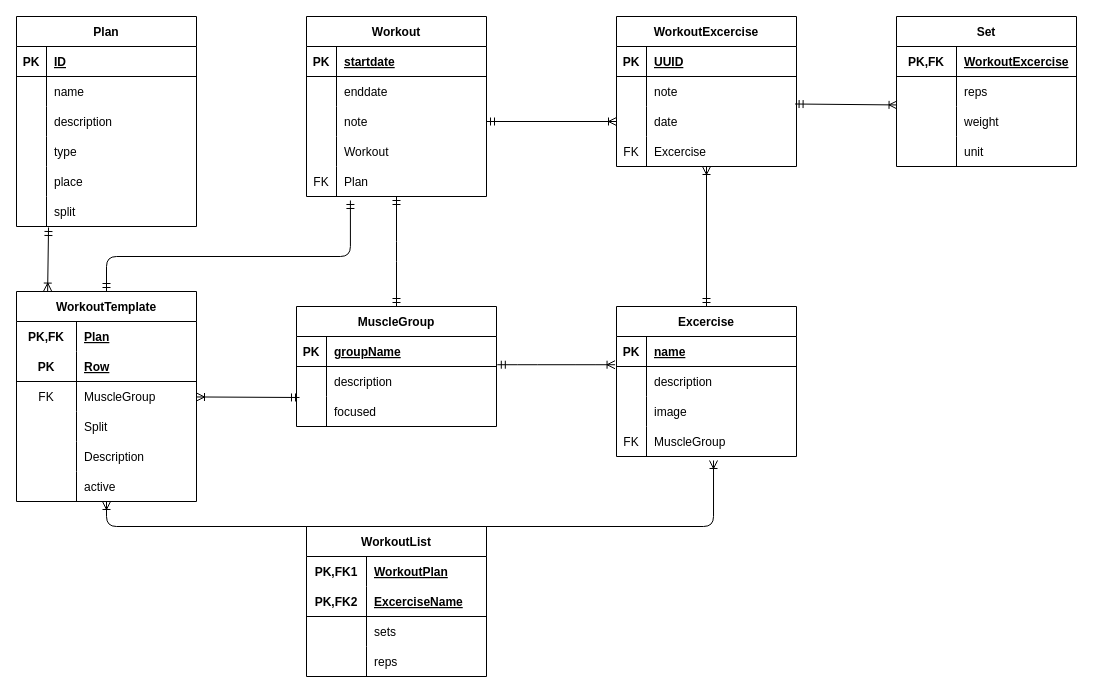
Earlier version of the draw.io diagram documentation/erm.drawio (Patsch36/SweatFlix). Source tidied: cells renumbered, new cells numbered last; positions are measured from the earlier drawing's top-left corner, leaving out a move shared by most shapes. Both pictures are drawn from the tidied source at 100%, with x=0, y=0 at pixel (16, 16).
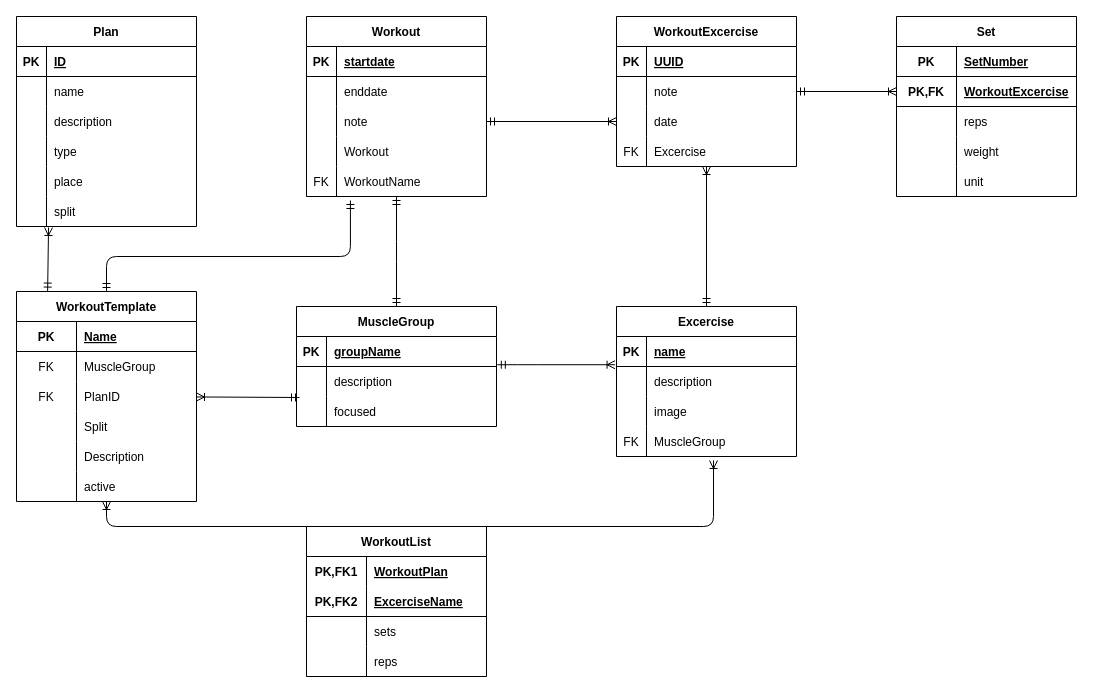
The same diagram, later.

Unchanged cells that the change refers to:
```xml
<mxCell id="20" style="shape=tableRow;horizontal=0;startSize=0;swimlaneHead=0;swimlaneBody=0;fillColor=none;points=[[0,0.5],[1,0.5]];portConstraint=eastwest;top=0;left=0;right=0;bottom=0;" parent="4" vertex="1">
  <mxGeometry y="180" width="180" height="30" as="geometry" />
</mxCell>
<mxCell id="36" style="shape=tableRow;horizontal=0;startSize=0;swimlaneHead=0;swimlaneBody=0;fillColor=none;points=[[0,0.5],[1,0.5]];portConstraint=eastwest;top=0;left=0;right=0;bottom=0;" parent="23" vertex="1">
  <mxGeometry y="150" width="180" height="30" as="geometry" />
</mxCell>
<mxCell id="70" style="shape=tableRow;horizontal=0;startSize=0;swimlaneHead=0;swimlaneBody=0;fillColor=none;points=[[0,0.5],[1,0.5]];portConstraint=eastwest;top=0;left=0;right=0;bottom=0;" parent="66" vertex="1">
  <mxGeometry y="60" width="180" height="30" as="geometry" />
</mxCell>
<mxCell id="97" value="WorkoutTemplate" style="shape=table;startSize=30;childLayout=tableLayout;rowLines=0;fontStyle=1;align=center;" parent="1" vertex="1">
  <mxGeometry y="275" width="180" height="210" as="geometry" />
</mxCell>
```

The edit, as a diff of the source:
```diff
@@
-    <mxCell id="38" value="Plan" style="shape=partialRectangle;fillColor=none;top=0;left=0;bottom=0;right=0;align=left;spacingLeft=6;overflow=hidden;" parent="36" vertex="1">
+    <mxCell id="38" value="WorkoutName" style="shape=partialRectangle;fillColor=none;top=0;left=0;bottom=0;right=0;align=left;spacingLeft=6;overflow=hidden;" parent="36" vertex="1">
       <mxGeometry x="30" width="150" height="30" as="geometry" />
     </mxCell>
-    <mxCell id="39" style="fontSize=12;html=1;endArrow=ERoneToMany;exitX=0.178;exitY=1.033;exitDx=0;exitDy=0;startArrow=ERmandOne;startFill=0;exitPerimeter=0;entryX=0.173;entryY=-0.002;entryDx=0;entryDy=0;entryPerimeter=0;" parent="1" edge="1" source="20" target="97">
+    <mxCell id="39" style="fontSize=12;html=1;endArrow=ERmandOne;exitX=0.178;exitY=1.033;exitDx=0;exitDy=0;startArrow=ERoneToMany;startFill=0;exitPerimeter=0;entryX=0.173;entryY=-0.002;entryDx=0;entryDy=0;entryPerimeter=0;endFill=0;" parent="1" edge="1" source="20" target="97">
       <mxGeometry relative="1" as="geometry" />
     </mxCell>
@@
     <mxCell id="80" value="Set" style="shape=table;startSize=30;childLayout=tableLayout;rowLines=0;fontStyle=1;align=center;" parent="1" vertex="1">
-      <mxGeometry x="880" width="180" height="150" as="geometry" />
+      <mxGeometry x="880" width="180" height="180" as="geometry" />
     </mxCell>
+    <mxCell id="129" style="shape=tableRow;horizontal=0;startSize=0;swimlaneHead=0;swimlaneBody=0;fillColor=none;top=0;left=0;right=0;bottom=1;" parent="80" vertex="1">
+      <mxGeometry y="30" width="180" height="30" as="geometry" />
+    </mxCell>
+    <mxCell id="130" value="PK" style="shape=partialRectangle;fillColor=none;top=0;left=0;bottom=0;right=0;fontStyle=1;overflow=hidden;" parent="129" vertex="1">
+      <mxGeometry width="60" height="30" as="geometry" />
+    </mxCell>
+    <mxCell id="131" value="SetNumber" style="shape=partialRectangle;fillColor=none;top=0;left=0;bottom=0;right=0;align=left;spacingLeft=6;fontStyle=5;overflow=hidden;" parent="129" vertex="1">
+      <mxGeometry x="60" width="120" height="30" as="geometry" />
+    </mxCell>
     <mxCell id="81" style="shape=tableRow;horizontal=0;startSize=0;swimlaneHead=0;swimlaneBody=0;fillColor=none;points=[[0,0.5],[1,0.5]];portConstraint=eastwest;top=0;left=0;right=0;bottom=1;" parent="80" vertex="1">
-      <mxGeometry y="30" width="180" height="30" as="geometry" />
+      <mxGeometry y="60" width="180" height="30" as="geometry" />
     </mxCell>
@@
     <mxCell id="84" style="shape=tableRow;horizontal=0;startSize=0;swimlaneHead=0;swimlaneBody=0;fillColor=none;top=0;left=0;right=0;bottom=0;" parent="80" vertex="1">
-      <mxGeometry y="60" width="180" height="30" as="geometry" />
+      <mxGeometry y="90" width="180" height="30" as="geometry" />
     </mxCell>
@@
     <mxCell id="87" style="shape=tableRow;horizontal=0;startSize=0;swimlaneHead=0;swimlaneBody=0;fillColor=none;points=[[0,0.5],[1,0.5]];portConstraint=eastwest;top=0;left=0;right=0;bottom=0;" parent="80" vertex="1">
-      <mxGeometry y="90" width="180" height="30" as="geometry" />
+      <mxGeometry y="120" width="180" height="30" as="geometry" />
     </mxCell>
@@
     <mxCell id="90" style="shape=tableRow;horizontal=0;startSize=0;swimlaneHead=0;swimlaneBody=0;fillColor=none;top=0;left=0;right=0;bottom=0;" parent="80" vertex="1">
-      <mxGeometry y="120" width="180" height="30" as="geometry" />
+      <mxGeometry y="150" width="180" height="30" as="geometry" />
     </mxCell>
@@
-    <mxCell id="93" style="edgeStyle=none;html=1;entryX=0.003;entryY=-0.052;entryDx=0;entryDy=0;startArrow=ERmandOne;startFill=0;endArrow=ERoneToMany;endFill=0;exitX=0.992;exitY=0.918;exitDx=0;exitDy=0;entryPerimeter=0;exitPerimeter=0;" parent="1" edge="1" target="87">
-      <mxGeometry relative="1" as="geometry">
-        <mxPoint x="778.6" y="87.5" as="sourcePoint" />
-      </mxGeometry>
+    <mxCell id="93" style="edgeStyle=none;html=1;entryX=0;entryY=0.5;entryDx=0;entryDy=0;startArrow=ERmandOne;startFill=0;endArrow=ERoneToMany;endFill=0;" parent="1" edge="1" source="70" target="81">
+      <mxGeometry relative="1" as="geometry" />
     </mxCell>
@@
-    <mxCell id="98" style="shape=tableRow;horizontal=0;startSize=0;swimlaneHead=0;swimlaneBody=0;fillColor=none;top=0;left=0;right=0;bottom=0;" parent="97" vertex="1">
-      <mxGeometry y="30" width="180" height="30" as="geometry" />
-    </mxCell>
-    <mxCell id="99" value="PK,FK" style="shape=partialRectangle;fillColor=none;top=0;left=0;bottom=0;right=0;fontStyle=1;overflow=hidden;" parent="98" vertex="1">
-      <mxGeometry width="60" height="30" as="geometry" />
-    </mxCell>
-    <mxCell id="100" value="Plan" style="shape=partialRectangle;fillColor=none;top=0;left=0;bottom=0;right=0;align=left;spacingLeft=6;fontStyle=5;overflow=hidden;" parent="98" vertex="1">
-      <mxGeometry x="60" width="120" height="30" as="geometry" />
-    </mxCell>
     <mxCell id="101" style="shape=tableRow;horizontal=0;startSize=0;swimlaneHead=0;swimlaneBody=0;fillColor=none;top=0;left=0;right=0;bottom=1;" parent="97" vertex="1">
-      <mxGeometry y="60" width="180" height="30" as="geometry" />
+      <mxGeometry y="30" width="180" height="30" as="geometry" />
     </mxCell>
@@
-    <mxCell id="103" value="Row" style="shape=partialRectangle;fillColor=none;top=0;left=0;bottom=0;right=0;align=left;spacingLeft=6;fontStyle=5;overflow=hidden;" parent="101" vertex="1">
+    <mxCell id="103" value="Name" style="shape=partialRectangle;fillColor=none;top=0;left=0;bottom=0;right=0;align=left;spacingLeft=6;fontStyle=5;overflow=hidden;" parent="101" vertex="1">
       <mxGeometry x="60" width="120" height="30" as="geometry" />
     </mxCell>
     <mxCell id="104" style="shape=tableRow;horizontal=0;startSize=0;swimlaneHead=0;swimlaneBody=0;fillColor=none;top=0;left=0;right=0;bottom=0;" parent="97" vertex="1">
-      <mxGeometry y="90" width="180" height="30" as="geometry" />
+      <mxGeometry y="60" width="180" height="30" as="geometry" />
     </mxCell>
@@
+    <mxCell id="98" style="shape=tableRow;horizontal=0;startSize=0;swimlaneHead=0;swimlaneBody=0;fillColor=none;top=0;left=0;right=0;bottom=0;" parent="97" vertex="1">
+      <mxGeometry y="90" width="180" height="30" as="geometry" />
+    </mxCell>
+    <mxCell id="99" value="FK" style="shape=partialRectangle;fillColor=none;top=0;left=0;bottom=0;right=0;fontStyle=0;overflow=hidden;" parent="98" vertex="1">
+      <mxGeometry width="60" height="30" as="geometry" />
+    </mxCell>
+    <mxCell id="100" value="PlanID" style="shape=partialRectangle;fillColor=none;top=0;left=0;bottom=0;right=0;align=left;spacingLeft=6;fontStyle=0;overflow=hidden;" parent="98" vertex="1">
+      <mxGeometry x="60" width="120" height="30" as="geometry" />
+    </mxCell>
```
